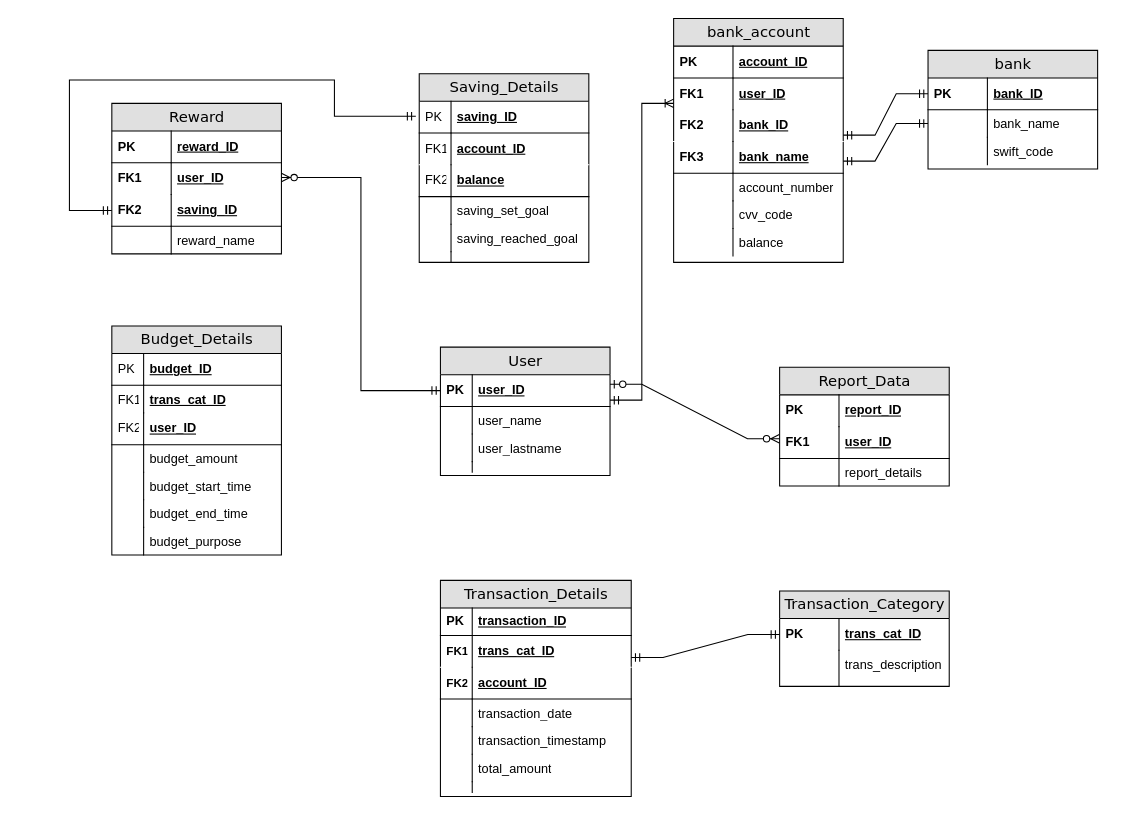
The draw.io diagram Untitled Diagram.drawio in cibusse/diagrams, before the edit. Source tidied: cells renumbered, new cells numbered last; positions are measured from the earlier drawing's top-left corner, leaving out a move shared by most shapes. Both pictures are drawn from the tidied source at 106%, with x=0, y=0 at pixel (69, 18).
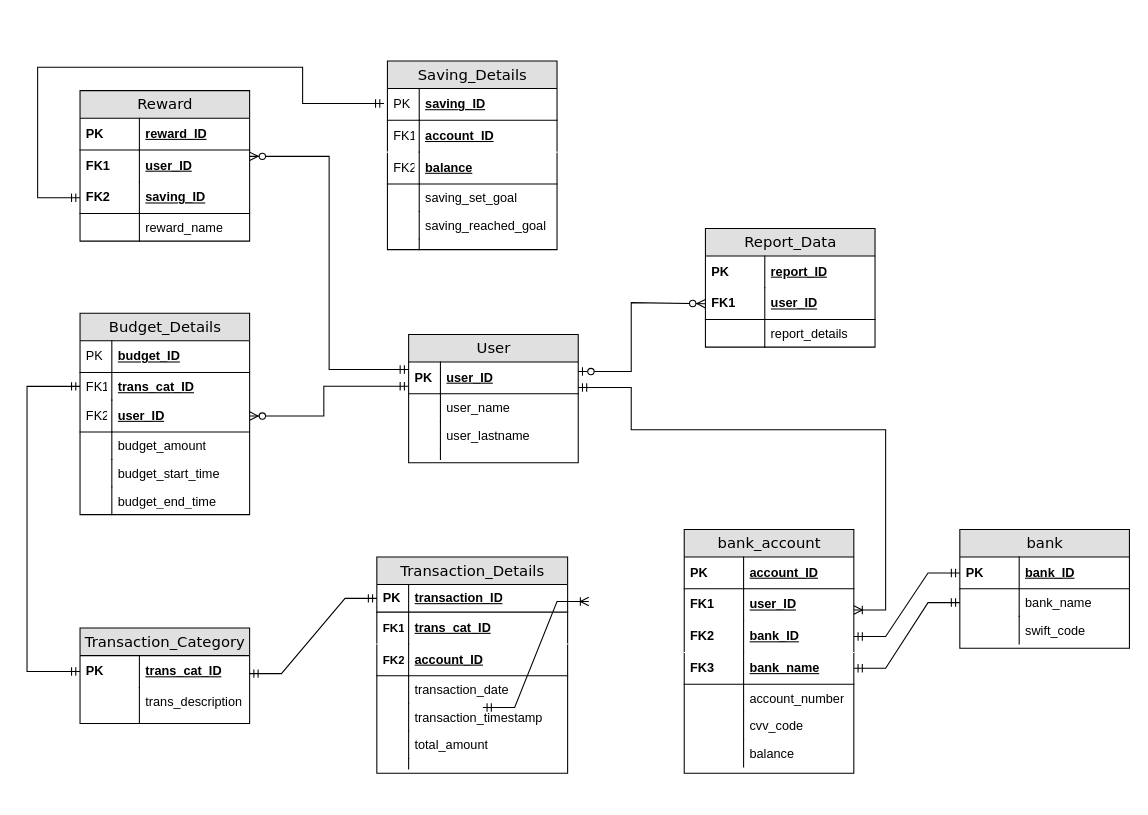
The same page after the edit.

The change refers to these unchanged cells:
```xml
<mxCell id="7" value="saving_ID" style="shape=partialRectangle;top=0;left=0;right=0;bottom=1;html=1;align=left;verticalAlign=middle;fillColor=none;spacingLeft=60;spacingRight=4;whiteSpace=wrap;overflow=hidden;points=[[0,0.5],[1,0.5]];portConstraint=eastwest;fontStyle=5;" parent="2" vertex="1">
  <mxGeometry y="86" width="160" height="30" as="geometry" />
</mxCell>
<mxCell id="12" value="saving_ID" style="shape=partialRectangle;top=0;left=0;right=0;bottom=1;html=1;align=left;verticalAlign=middle;fillColor=none;spacingLeft=34;spacingRight=4;whiteSpace=wrap;overflow=hidden;points=[[0,0.5],[1,0.5]];portConstraint=eastwest;fontStyle=5;" parent="11" vertex="1">
  <mxGeometry y="26" width="160" height="30" as="geometry" />
</mxCell>
<mxCell id="25" value="transaction_ID" style="shape=partialRectangle;top=0;left=0;right=0;bottom=1;html=1;align=left;verticalAlign=middle;fillColor=none;spacingLeft=34;spacingRight=4;whiteSpace=wrap;overflow=hidden;points=[[0,0.5],[1,0.5]];portConstraint=eastwest;fontStyle=5;" parent="24" vertex="1">
  <mxGeometry y="26" width="180" height="26" as="geometry" />
</mxCell>
<mxCell id="40" value="user_ID" style="shape=partialRectangle;top=0;left=0;right=0;bottom=1;html=1;align=left;verticalAlign=middle;fillColor=none;spacingLeft=34;spacingRight=4;whiteSpace=wrap;overflow=hidden;points=[[0,0.5],[1,0.5]];portConstraint=eastwest;fontStyle=5;" parent="39" vertex="1">
  <mxGeometry y="26" width="160" height="30" as="geometry" />
</mxCell>
<mxCell id="51" value="user_ID" style="shape=partialRectangle;top=0;left=0;right=0;bottom=0;html=1;align=left;verticalAlign=middle;fillColor=none;spacingLeft=60;spacingRight=4;whiteSpace=wrap;overflow=hidden;points=[[0,0.5],[1,0.5]];portConstraint=eastwest;fontStyle=5;" parent="48" vertex="1">
  <mxGeometry y="56" width="160" height="30" as="geometry" />
</mxCell>
<mxCell id="53" value="bank_ID" style="shape=partialRectangle;top=0;left=0;right=0;bottom=1;html=1;align=left;verticalAlign=middle;fillColor=none;spacingLeft=60;spacingRight=4;whiteSpace=wrap;overflow=hidden;points=[[0,0.5],[1,0.5]];portConstraint=eastwest;fontStyle=5;strokeColor=#FFFFFF;" parent="48" vertex="1">
  <mxGeometry y="86" width="160" height="30" as="geometry" />
</mxCell>
<mxCell id="64" value="trans_cat_ID" style="shape=partialRectangle;top=0;left=0;right=0;bottom=0;html=1;align=left;verticalAlign=middle;fillColor=none;spacingLeft=60;spacingRight=4;whiteSpace=wrap;overflow=hidden;points=[[0,0.5],[1,0.5]];portConstraint=eastwest;fontStyle=5;strokeColor=#000000;shadow=0;" parent="63" vertex="1">
  <mxGeometry y="26" width="160" height="30" as="geometry" />
</mxCell>
<mxCell id="69" value="bank_ID" style="shape=partialRectangle;top=0;left=0;right=0;bottom=1;html=1;align=left;verticalAlign=middle;fillColor=none;spacingLeft=60;spacingRight=4;whiteSpace=wrap;overflow=hidden;points=[[0,0.5],[1,0.5]];portConstraint=eastwest;fontStyle=5;" parent="68" vertex="1">
  <mxGeometry y="26" width="160" height="30" as="geometry" />
</mxCell>
<mxCell id="71" value="bank_name" style="shape=partialRectangle;top=0;left=0;right=0;bottom=0;html=1;align=left;verticalAlign=top;fillColor=none;spacingLeft=60;spacingRight=4;whiteSpace=wrap;overflow=hidden;points=[[0,0.5],[1,0.5]];portConstraint=eastwest;" parent="68" vertex="1">
  <mxGeometry y="56" width="160" height="26" as="geometry" />
</mxCell>
<mxCell id="78" value="user_ID" style="shape=partialRectangle;top=0;left=0;right=0;bottom=1;html=1;align=left;verticalAlign=middle;fillColor=none;spacingLeft=60;spacingRight=4;whiteSpace=wrap;overflow=hidden;points=[[0,0.5],[1,0.5]];portConstraint=eastwest;fontStyle=5;" parent="75" vertex="1">
  <mxGeometry y="56" width="160" height="30" as="geometry" />
</mxCell>
<mxCell id="85" value="&lt;span style=&quot;font-weight: 700; text-decoration-line: underline;&quot;&gt;trans_cat_ID&lt;/span&gt;" style="shape=partialRectangle;top=0;left=0;right=0;bottom=0;html=1;align=left;verticalAlign=top;fillColor=none;spacingLeft=34;spacingRight=4;whiteSpace=wrap;overflow=hidden;points=[[0,0.5],[1,0.5]];portConstraint=eastwest;" parent="82" vertex="1">
  <mxGeometry y="56" width="160" height="26" as="geometry" />
</mxCell>
<mxCell id="87" value="user_ID" style="shape=partialRectangle;top=0;left=0;right=0;bottom=1;html=1;align=left;verticalAlign=middle;fillColor=none;spacingLeft=34;spacingRight=4;whiteSpace=wrap;overflow=hidden;points=[[0,0.5],[1,0.5]];portConstraint=eastwest;fontStyle=5;" parent="82" vertex="1">
  <mxGeometry y="82" width="160" height="30" as="geometry" />
</mxCell>
```

Diff of the diagram source:
```diff
@@
     <mxCell id="2" value="Reward" style="swimlane;html=1;fontStyle=0;horizontal=1;startSize=26;fillColor=#e0e0e0;swimlaneFillColor=#ffffff;align=center;rounded=0;shadow=0;comic=0;labelBackgroundColor=none;strokeWidth=1;fontFamily=Verdana;fontSize=14;" parent="1" vertex="1">
-      <mxGeometry x="40" y="80" width="160" height="142" as="geometry" />
+      <mxGeometry x="10" y="68" width="160" height="142" as="geometry" />
     </mxCell>
@@
     <mxCell id="11" value="Saving_Details" style="swimlane;html=1;fontStyle=0;horizontal=1;startSize=26;fillColor=#e0e0e0;swimlaneFillColor=#ffffff;align=center;rounded=0;shadow=0;comic=0;labelBackgroundColor=none;strokeWidth=1;fontFamily=Verdana;fontSize=14;swimlaneLine=1;" parent="1" vertex="1">
-      <mxGeometry x="330" y="52" width="160" height="178" as="geometry" />
+      <mxGeometry x="300" y="40" width="160" height="178" as="geometry" />
     </mxCell>
@@
     <mxCell id="24" value="Transaction_Details" style="swimlane;html=1;fontStyle=0;horizontal=1;startSize=26;fillColor=#e0e0e0;swimlaneFillColor=#ffffff;align=center;rounded=0;shadow=0;comic=0;labelBackgroundColor=none;strokeWidth=1;fontFamily=Verdana;fontSize=14;" parent="1" vertex="1">
-      <mxGeometry x="350" y="530" width="180" height="204" as="geometry" />
+      <mxGeometry x="290" y="508" width="180" height="204" as="geometry" />
     </mxCell>
@@
     <mxCell id="39" value="User" style="swimlane;html=1;fontStyle=0;horizontal=1;startSize=26;fillColor=#e0e0e0;swimlaneFillColor=#ffffff;align=center;rounded=0;shadow=0;comic=0;labelBackgroundColor=none;strokeWidth=1;fontFamily=Verdana;fontSize=14;" parent="1" vertex="1">
-      <mxGeometry x="350" y="310" width="160" height="121" as="geometry" />
+      <mxGeometry x="320" y="298" width="160" height="121" as="geometry" />
     </mxCell>
@@
     <mxCell id="48" value="bank_account" style="swimlane;html=1;fontStyle=0;horizontal=1;startSize=26;fillColor=#e0e0e0;swimlaneFillColor=#ffffff;align=center;rounded=0;shadow=0;comic=0;labelBackgroundColor=none;strokeWidth=1;fontFamily=Verdana;fontSize=14;" parent="1" vertex="1">
-      <mxGeometry x="570" width="160" height="230" as="geometry" />
+      <mxGeometry x="580" y="482" width="160" height="230" as="geometry" />
     </mxCell>
@@
     <mxCell id="63" value="Transaction_Category" style="swimlane;html=1;fontStyle=0;horizontal=1;startSize=26;fillColor=#e0e0e0;swimlaneFillColor=#ffffff;align=center;rounded=0;shadow=0;comic=0;labelBackgroundColor=none;strokeWidth=1;fontFamily=Verdana;fontSize=14;strokeColor=#000000;" parent="1" vertex="1">
-      <mxGeometry x="670" y="540" width="160" height="90" as="geometry" />
+      <mxGeometry x="10" y="575" width="160" height="90" as="geometry" />
     </mxCell>
@@
     <mxCell id="68" value="bank" style="swimlane;html=1;fontStyle=0;horizontal=1;startSize=26;fillColor=#e0e0e0;swimlaneFillColor=#ffffff;align=center;rounded=0;shadow=0;comic=0;labelBackgroundColor=none;strokeWidth=1;fontFamily=Verdana;fontSize=14;" parent="1" vertex="1">
-      <mxGeometry x="810" y="30" width="160" height="112" as="geometry" />
+      <mxGeometry x="840" y="482" width="160" height="112" as="geometry" />
     </mxCell>
@@
     <mxCell id="75" value="Report_Data" style="swimlane;html=1;fontStyle=0;horizontal=1;startSize=26;fillColor=#e0e0e0;swimlaneFillColor=#ffffff;align=center;rounded=0;shadow=0;comic=0;labelBackgroundColor=none;strokeWidth=1;fontFamily=Verdana;fontSize=14;" parent="1" vertex="1">
-      <mxGeometry x="670" y="329" width="160" height="112" as="geometry" />
+      <mxGeometry x="600" y="198" width="160" height="112" as="geometry" />
     </mxCell>
@@
     <mxCell id="82" value="Budget_Details" style="swimlane;html=1;fontStyle=0;horizontal=1;startSize=26;fillColor=#e0e0e0;swimlaneFillColor=#ffffff;align=center;rounded=0;shadow=0;comic=0;labelBackgroundColor=none;strokeWidth=1;fontFamily=Verdana;fontSize=14;" parent="1" vertex="1">
-      <mxGeometry x="40" y="290" width="160" height="216" as="geometry" />
+      <mxGeometry x="10" y="278" width="160" height="190" as="geometry" />
     </mxCell>
@@
-    <mxCell id="95" value="budget_purpose" style="shape=partialRectangle;top=0;left=0;right=0;bottom=0;html=1;align=left;verticalAlign=top;fillColor=none;spacingLeft=34;spacingRight=4;whiteSpace=wrap;overflow=hidden;" parent="82" vertex="1">
-      <mxGeometry y="190" width="160" height="26" as="geometry" />
-    </mxCell>
-    <mxCell id="96" style="shape=partialRectangle;top=0;left=0;bottom=0;html=1;fillColor=none;align=left;verticalAlign=top;spacingLeft=4;spacingRight=4;whiteSpace=wrap;overflow=hidden;" parent="95" vertex="1">
-      <mxGeometry width="30" height="26" as="geometry" />
-    </mxCell>
-    <mxCell id="97" style="edgeStyle=entityRelationEdgeStyle;fontSize=12;html=1;endArrow=ERoneToMany;startArrow=ERmandOne;rounded=0;entryX=0;entryY=0.5;entryDx=0;entryDy=0;" parent="1" edge="1">
+    <mxCell id="97" style="fontSize=12;html=1;endArrow=ERoneToMany;startArrow=ERmandOne;rounded=0;entryX=1;entryY=0.667;entryDx=0;entryDy=0;entryPerimeter=0;" parent="1" edge="1" target="51">
       <mxGeometry relative="1" as="geometry">
-        <mxPoint x="510" y="360" as="sourcePoint" />
-        <mxPoint x="570" y="80" as="targetPoint" />
+        <mxPoint x="480" y="348" as="sourcePoint" />
         <Array as="points">
-          <mxPoint x="530" y="350" />
-          <mxPoint x="540" y="360" />
-          <mxPoint x="560" y="290" />
+          <mxPoint x="530" y="348" />
+          <mxPoint x="530" y="388" />
+          <mxPoint x="770" y="388" />
+          <mxPoint x="770" y="468" />
+          <mxPoint x="770" y="558" />
         </Array>
       </mxGeometry>
     </mxCell>
-    <mxCell id="98" style="edgeStyle=entityRelationEdgeStyle;fontSize=12;html=1;endArrow=ERmandOne;startArrow=ERmandOne;rounded=0;entryX=0;entryY=0.5;entryDx=0;entryDy=0;" parent="1" edge="1" target="69">
-      <mxGeometry relative="1" as="geometry">
-        <mxPoint x="730" y="110" as="sourcePoint" />
-      </mxGeometry>
+    <mxCell id="98" style="edgeStyle=entityRelationEdgeStyle;fontSize=12;html=1;endArrow=ERmandOne;startArrow=ERmandOne;rounded=0;entryX=0;entryY=0.5;entryDx=0;entryDy=0;exitX=1;exitY=0.5;exitDx=0;exitDy=0;" parent="1" edge="1" source="53" target="69">
+      <mxGeometry relative="1" as="geometry" />
     </mxCell>
-    <mxCell id="99" style="edgeStyle=entityRelationEdgeStyle;fontSize=12;html=1;endArrow=ERmandOne;startArrow=ERmandOne;rounded=0;" parent="1" edge="1" target="71">
+    <mxCell id="99" style="edgeStyle=entityRelationEdgeStyle;fontSize=12;html=1;endArrow=ERmandOne;startArrow=ERmandOne;rounded=0;exitX=1;exitY=0.5;exitDx=0;exitDy=0;entryX=0;entryY=0.5;entryDx=0;entryDy=0;" parent="1" edge="1" target="71">
       <mxGeometry relative="1" as="geometry">
-        <mxPoint x="730" y="134.5" as="sourcePoint" />
+        <mxPoint x="740" y="613" as="sourcePoint" />
       </mxGeometry>
     </mxCell>
-    <mxCell id="100" style="edgeStyle=entityRelationEdgeStyle;fontSize=12;html=1;endArrow=ERzeroToMany;startArrow=ERzeroToOne;rounded=0;entryX=-0.002;entryY=0.381;entryDx=0;entryDy=0;entryPerimeter=0;" parent="1" edge="1" target="78">
+    <mxCell id="100" style="fontSize=12;html=1;endArrow=ERzeroToMany;startArrow=ERzeroToOne;rounded=0;entryX=0;entryY=0.5;entryDx=0;entryDy=0;" parent="1" edge="1" target="78">
       <mxGeometry relative="1" as="geometry">
-        <mxPoint x="510" y="345" as="sourcePoint" />
+        <mxPoint x="480" y="333" as="sourcePoint" />
         <Array as="points">
-          <mxPoint x="570" y="325" />
+          <mxPoint x="530" y="333" />
+          <mxPoint x="530" y="268" />
         </Array>
       </mxGeometry>
     </mxCell>
-    <mxCell id="101" style="edgeStyle=entityRelationEdgeStyle;fontSize=12;html=1;endArrow=ERmandOne;startArrow=ERmandOne;rounded=0;entryX=0;entryY=0.5;entryDx=0;entryDy=0;" parent="1" edge="1" target="64">
+    <mxCell id="101" style="edgeStyle=entityRelationEdgeStyle;fontSize=12;html=1;endArrow=ERmandOne;startArrow=ERmandOne;rounded=0;entryX=0;entryY=0.5;entryDx=0;entryDy=0;" parent="1" edge="1" target="25">
       <mxGeometry relative="1" as="geometry">
-        <mxPoint x="530" y="602.8" as="sourcePoint" />
+        <mxPoint x="170" y="618" as="sourcePoint" />
       </mxGeometry>
     </mxCell>
-    <mxCell id="102" style="edgeStyle=elbowEdgeStyle;fontSize=12;html=1;endArrow=ERzeroToMany;startArrow=ERmandOne;rounded=0;exitX=0;exitY=0.5;exitDx=0;exitDy=0;" parent="1" edge="1" source="40">
+    <mxCell id="102" style="edgeStyle=elbowEdgeStyle;fontSize=12;html=1;endArrow=ERzeroToMany;startArrow=ERmandOne;rounded=0;exitX=0;exitY=0.5;exitDx=0;exitDy=0;" parent="1" edge="1">
       <mxGeometry relative="1" as="geometry">
-        <mxPoint x="200" y="150" as="targetPoint" />
+        <mxPoint x="320" y="331" as="sourcePoint" />
+        <mxPoint x="170" y="130" as="targetPoint" />
       </mxGeometry>
     </mxCell>
     <mxCell id="103" style="edgeStyle=orthogonalEdgeStyle;fontSize=12;html=1;endArrow=ERmandOne;startArrow=ERmandOne;rounded=0;elbow=vertical;entryX=-0.02;entryY=0.471;entryDx=0;entryDy=0;exitX=0;exitY=0.5;exitDx=0;exitDy=0;entryPerimeter=0;" parent="1" edge="1" source="7" target="12">
       <mxGeometry relative="1" as="geometry">
         <Array as="points">
-          <mxPoint y="181" />
-          <mxPoint y="58" />
-          <mxPoint x="250" y="58" />
-          <mxPoint x="250" y="92" />
+          <mxPoint x="-30" y="169" />
+          <mxPoint x="-30" y="46" />
+          <mxPoint x="220" y="46" />
+          <mxPoint x="220" y="80" />
         </Array>
       </mxGeometry>
     </mxCell>
+    <mxCell id="104" style="edgeStyle=elbowEdgeStyle;fontSize=12;html=1;endArrow=ERzeroToMany;startArrow=ERmandOne;rounded=0;entryX=1;entryY=0.5;entryDx=0;entryDy=0;exitX=0;exitY=0.76;exitDx=0;exitDy=0;exitPerimeter=0;" parent="1" edge="1" source="40" target="87">
+      <mxGeometry relative="1" as="geometry">
+        <Array as="points">
+          <mxPoint x="240" y="358" />
+        </Array>
+      </mxGeometry>
+    </mxCell>
+    <mxCell id="105" style="edgeStyle=orthogonalEdgeStyle;fontSize=12;html=1;endArrow=ERmandOne;startArrow=ERmandOne;rounded=0;entryX=0;entryY=0.5;entryDx=0;entryDy=0;" parent="1" edge="1" target="85">
+      <mxGeometry relative="1" as="geometry">
+        <mxPoint x="10" y="616" as="sourcePoint" />
+        <Array as="points">
+          <mxPoint x="-40" y="616" />
+          <mxPoint x="-40" y="347" />
+        </Array>
+      </mxGeometry>
+    </mxCell>
+    <mxCell id="106" style="edgeStyle=entityRelationEdgeStyle;fontSize=12;html=1;endArrow=ERoneToMany;startArrow=ERmandOne;rounded=0;" parent="1" edge="1">
+      <mxGeometry relative="1" as="geometry">
+        <mxPoint x="390" y="650" as="sourcePoint" />
+        <mxPoint x="490" y="550" as="targetPoint" />
+      </mxGeometry>
+    </mxCell>
```
